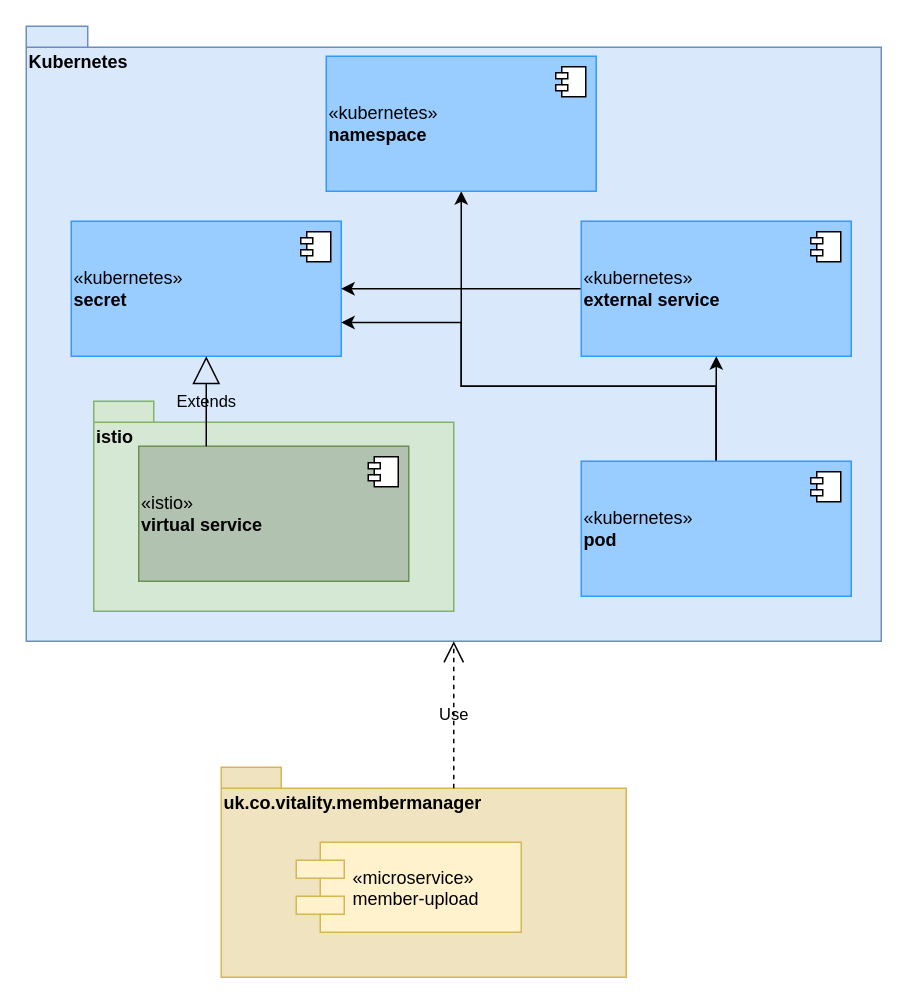
ourjamie/diagraming keeps this draw.io diagram as mesh_ext_component.drawio. Above is the earlier version. Source tidied: cells renumbered, new cells numbered last; positions are measured from the earlier drawing's top-left corner, leaving out a move shared by most shapes. Both pictures are drawn from the tidied source at 150%, with x=0, y=0 at pixel (26, 26).
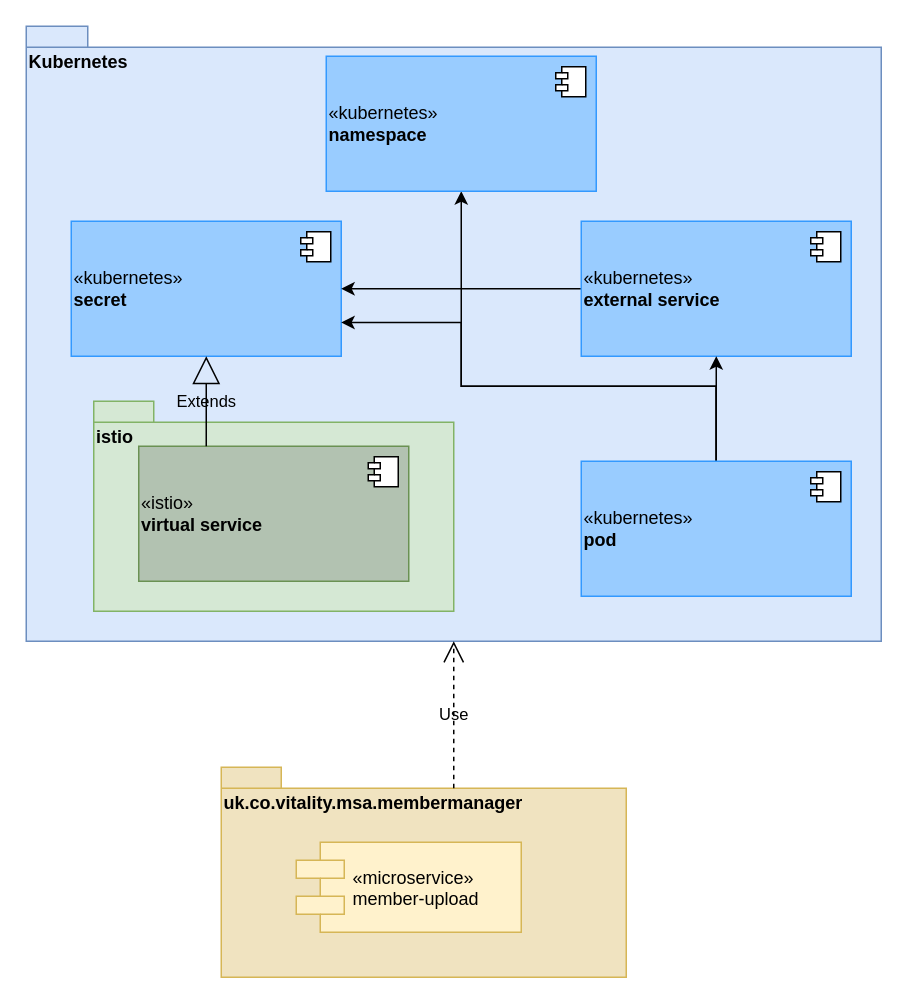
The same diagram, later.

The edit, as a diff of the source:
```diff
@@
-    <mxCell id="17" value="uk.co.vitality.membermanager" style="shape=folder;fontStyle=1;spacingTop=10;tabWidth=40;tabHeight=14;tabPosition=left;html=1;strokeColor=#d6b656;fillColor=#F0E3C0;align=left;verticalAlign=top;" parent="1" vertex="1">
+    <mxCell id="17" value="uk.co.vitality.msa.membermanager" style="shape=folder;fontStyle=1;spacingTop=10;tabWidth=40;tabHeight=14;tabPosition=left;html=1;strokeColor=#d6b656;fillColor=#F0E3C0;align=left;verticalAlign=top;" parent="1" vertex="1">
       <mxGeometry x="130" y="494" width="270" height="140" as="geometry" />
     </mxCell>
```
